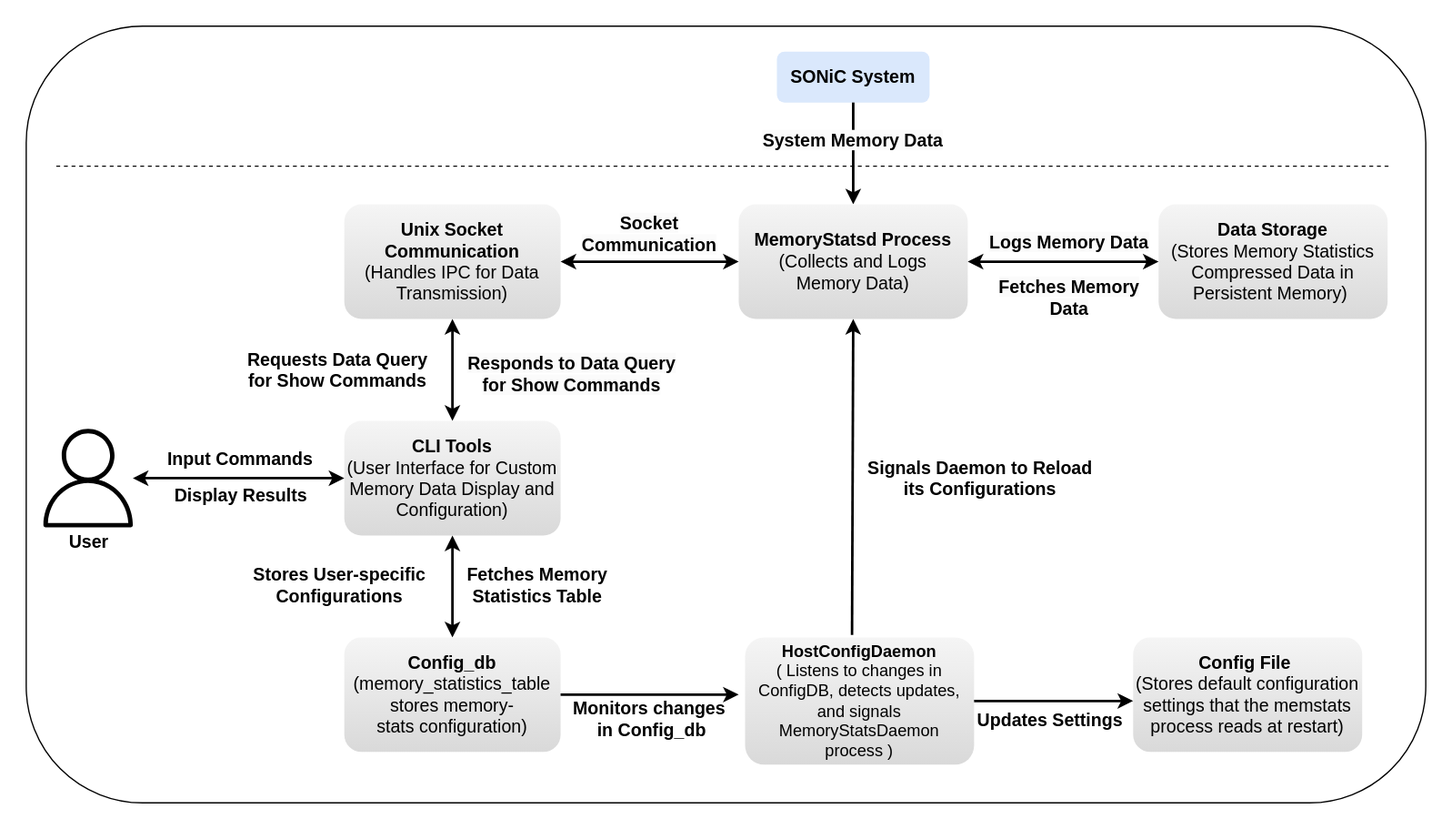
Earlier version of the draw.io export doc/memory_statistics/images/architecture_diagram.svg (sonic-net/SONiC). Source tidied: cells renumbered, new cells last; positions are measured from the earlier drawing's top-left corner, leaving out a move shared by most shapes.
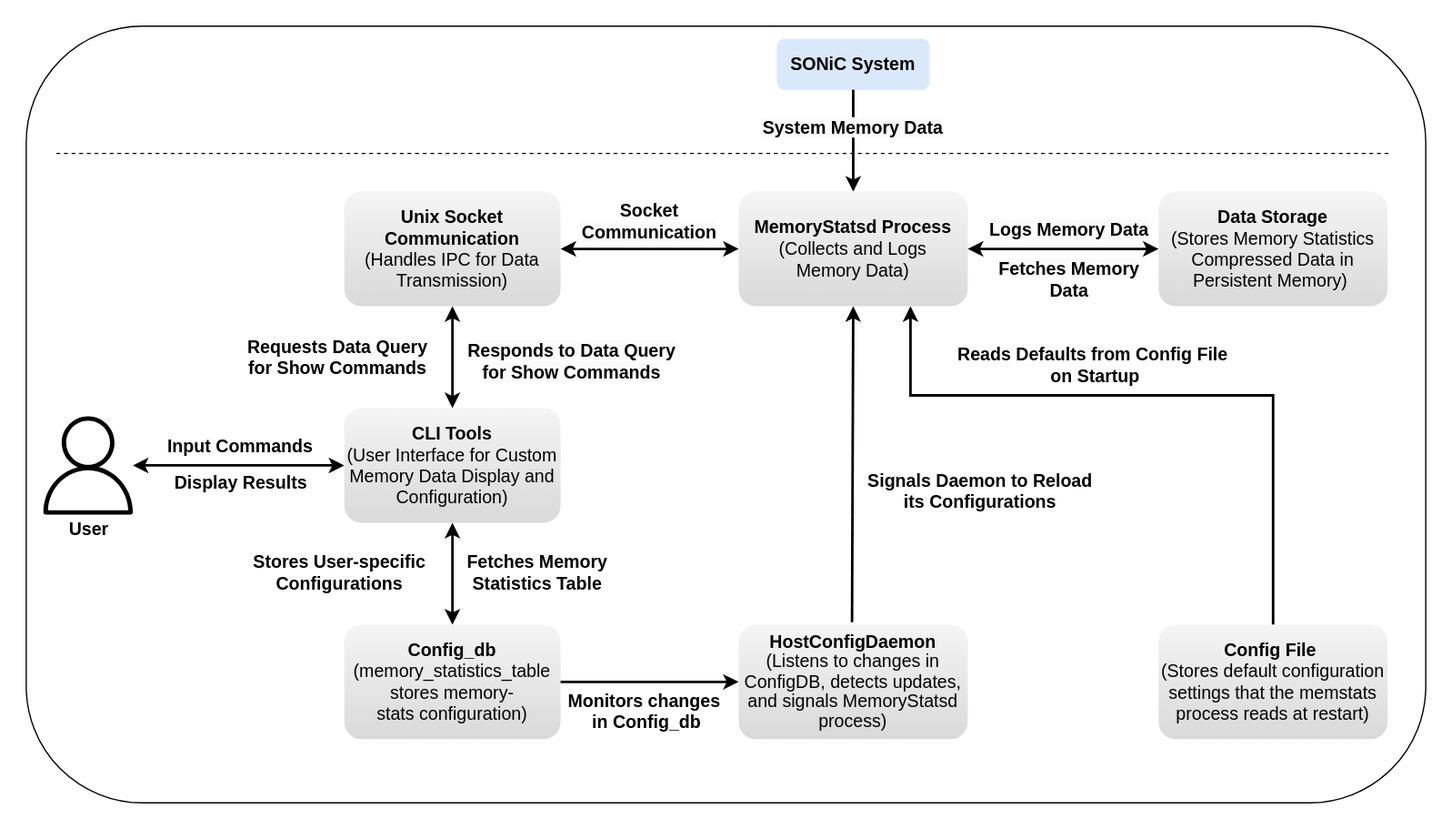
After the change.

Diff of the diagram source:
```diff
@@ -2,8 +2,8 @@
   <root>
     <mxCell id="0" />
     <mxCell id="1" parent="0" />
-    <mxCell id="2" style="rounded=1;whiteSpace=wrap;html=1;fontSize=14;" parent="1" vertex="1">
-      <mxGeometry width="1100" height="610" as="geometry" />
+    <mxCell id="2" style="rounded=1;whiteSpace=wrap;html=1;fontSize=14;fillColor=none;" parent="1" vertex="1">
+      <mxGeometry y="10" width="1100" height="610" as="geometry" />
     </mxCell>
     <mxCell id="3" value="&lt;b style=&quot;font-size: 14px;&quot;&gt;&lt;font style=&quot;font-size: 14px;&quot;&gt;SONiC System&lt;/font&gt;&lt;/b&gt;" style="html=1;align=center;verticalAlign=middle;whiteSpace=wrap;rounded=1;strokeWidth=2;fillColor=#dae8fc;strokeColor=none;fontSize=14;" parent="1" vertex="1">
       <mxGeometry x="590" y="20" width="120" height="40" as="geometry" />
@@ -44,12 +44,11 @@
     <mxCell id="15" value="&lt;div style=&quot;font-size: 14px;&quot;&gt;&lt;b style=&quot;font-size: 14px;&quot;&gt;Config_db&lt;/b&gt;&lt;/div&gt;&lt;div style=&quot;font-size: 14px;&quot;&gt;&lt;font style=&quot;font-size: 14px;&quot;&gt;(memory_statistics_table&lt;/font&gt;&lt;/div&gt;&lt;div style=&quot;font-size: 14px;&quot;&gt;&lt;font style=&quot;background-color: initial; font-size: 14px;&quot;&gt;s&lt;/font&gt;&lt;span style=&quot;background-color: initial; font-size: 14px;&quot;&gt;tores memory-stats&amp;nbsp;&lt;/span&gt;&lt;span style=&quot;background-color: initial; font-size: 14px;&quot;&gt;configuration&lt;/span&gt;&lt;span style=&quot;background-color: initial; font-size: 14px;&quot;&gt;)&lt;/span&gt;&lt;/div&gt;" style="rounded=1;whiteSpace=wrap;html=1;fillColor=#f5f5f5;align=center;gradientColor=#D9D9D9;strokeColor=none;strokeWidth=2;fontSize=14;" parent="1" vertex="1">
       <mxGeometry x="250" y="480" width="170" height="90" as="geometry" />
     </mxCell>
-    <mxCell id="16" style="endArrow=classic;html=1;rounded=0;exitX=0.467;exitY=-0.019;exitDx=0;exitDy=0;strokeWidth=2;entryX=0.5;entryY=1;entryDx=0;entryDy=0;fontSize=14;exitPerimeter=0;" parent="1" edge="1" source="17" target="5">
-      <mxGeometry relative="1" as="geometry" />
+    <mxCell id="16" style="endArrow=classic;html=1;rounded=0;exitX=0.467;exitY=-0.019;exitDx=0;exitDy=0;strokeWidth=2;entryX=0.5;entryY=1;entryDx=0;entryDy=0;fontSize=14;exitPerimeter=0;" parent="1" edge="1" target="5">
+      <mxGeometry relative="1" as="geometry">
+        <mxPoint x="649.1" y="478.1" as="sourcePoint" />
+      </mxGeometry>
     </mxCell>
-    <mxCell id="17" value="&lt;div style=&quot;line-height: 120%; font-size: 13px;&quot;&gt;&lt;b style=&quot;&quot;&gt;&lt;font style=&quot;font-size: 13px;&quot;&gt;HostConfigDaemon&lt;/font&gt;&lt;/b&gt;&lt;/div&gt;&lt;div style=&quot;line-height: 120%; font-size: 13px;&quot;&gt;&lt;font style=&quot;font-size: 13px;&quot;&gt;&lt;font style=&quot;font-size: 13px;&quot;&gt;(&lt;/font&gt; Listens to changes in ConfigDB, detects updates, and signals MemoryStatsDaemon process&amp;nbsp;&lt;span style=&quot;background-color: initial;&quot;&gt;)&lt;/span&gt;&lt;/font&gt;&lt;/div&gt;" style="rounded=1;whiteSpace=wrap;html=1;fillColor=#f5f5f5;align=center;gradientColor=#D9D9D9;strokeColor=none;strokeWidth=2;fontSize=14;" parent="1" vertex="1">
-      <mxGeometry x="565" y="480" width="180" height="100" as="geometry" />
-    </mxCell>
     <mxCell id="18" style="endArrow=classic;html=1;rounded=0;strokeWidth=2;startArrow=classic;entryX=0;entryY=0.5;entryDx=0;entryDy=0;fontSize=14;" parent="1" edge="1" source="9" target="8">
       <mxGeometry relative="1" as="geometry" />
     </mxCell>
@@ -72,10 +71,10 @@
       <mxGeometry x="343.7" y="420" width="116.3" height="38.7" as="geometry" />
     </mxCell>
     <mxCell id="24" value="Monitors changes&lt;div&gt;&amp;nbsp;in Config_db&lt;/div&gt;" style="text;html=1;align=center;verticalAlign=middle;whiteSpace=wrap;rounded=0;fontStyle=1;fontSize=14;" parent="1" vertex="1">
-      <mxGeometry x="380" y="530" width="220" height="28.7" as="geometry" />
+      <mxGeometry x="376" y="534" width="220" height="28.7" as="geometry" />
     </mxCell>
     <mxCell id="25" value="Signals Daemon to Reload its Configurations" style="text;html=1;align=center;verticalAlign=middle;whiteSpace=wrap;rounded=0;fontStyle=1;fontSize=14;horizontal=1;" parent="1" vertex="1">
-      <mxGeometry x="660" y="330" width="180" height="50" as="geometry" />
+      <mxGeometry x="660" y="350" width="180" height="50" as="geometry" />
     </mxCell>
     <mxCell id="26" value="Requests Data Query for Show Commands" style="text;html=1;align=center;verticalAlign=middle;whiteSpace=wrap;rounded=0;fontStyle=1;fontSize=14;" parent="1" vertex="1">
       <mxGeometry x="170" y="250.7" width="150" height="38.7" as="geometry" />
@@ -90,17 +89,17 @@
       <mxGeometry x="750" y="155" width="140" height="25" as="geometry" />
     </mxCell>
     <mxCell id="30" value="&lt;span style=&quot;color: rgb(0, 0, 0); font-family: Helvetica; font-size: 14px; font-style: normal; font-variant-ligatures: normal; font-variant-caps: normal; font-weight: 700; letter-spacing: normal; orphans: 2; text-indent: 0px; text-transform: none; widows: 2; word-spacing: 0px; -webkit-text-stroke-width: 0px; white-space: normal; background-color: rgb(251, 251, 251); text-decoration-thickness: initial; text-decoration-style: initial; text-decoration-color: initial; float: none; display: inline !important;&quot;&gt;Fetches Memory Data&lt;/span&gt;" style="text;whiteSpace=wrap;html=1;align=center;fontSize=14;" parent="1" vertex="1">
-      <mxGeometry x="750" y="190" width="140" height="25" as="geometry" />
+      <mxGeometry x="750" y="186" width="140" height="25" as="geometry" />
     </mxCell>
     <mxCell id="31" value="&lt;span style=&quot;color: rgb(0, 0, 0); font-family: Helvetica; font-size: 14px; font-style: normal; font-variant-ligatures: normal; font-variant-caps: normal; font-weight: 700; letter-spacing: normal; orphans: 2; text-indent: 0px; text-transform: none; widows: 2; word-spacing: 0px; -webkit-text-stroke-width: 0px; white-space: normal; background-color: rgb(251, 251, 251); text-decoration-thickness: initial; text-decoration-style: initial; text-decoration-color: initial; float: none; display: inline !important;&quot;&gt;System Memory Data&lt;/span&gt;" style="text;whiteSpace=wrap;html=1;align=center;fontSize=14;" parent="1" vertex="1">
       <mxGeometry x="565" y="75" width="170" height="20" as="geometry" />
     </mxCell>
-    <mxCell id="32" value="&lt;div style=&quot;font-size: 14px;&quot;&gt;&lt;b&gt;Config File&amp;nbsp;&lt;/b&gt;&lt;/div&gt;&lt;div style=&quot;font-size: 14px;&quot;&gt;(Stores default configuration settings that the memstats process reads at restart)&lt;/div&gt;" style="rounded=1;whiteSpace=wrap;html=1;fillColor=#f5f5f5;align=center;gradientColor=#D9D9D9;strokeColor=none;strokeWidth=2;fontSize=14;" parent="1" vertex="1">
-      <mxGeometry x="870" y="480" width="180" height="90" as="geometry" />
-    </mxCell>
-    <mxCell id="33" style="endArrow=classic;html=1;rounded=0;strokeWidth=2;fontSize=14;exitX=1;exitY=0.5;exitDx=0;exitDy=0;" parent="1" edge="1" source="17">
+    <mxCell id="33" style="endArrow=classic;html=1;rounded=0;strokeWidth=2;fontSize=14;entryX=0.75;entryY=1;entryDx=0;entryDy=0;exitX=0.5;exitY=0;exitDx=0;exitDy=0;" parent="1" edge="1" source="32" target="5">
       <mxGeometry relative="1" as="geometry">
-        <mxPoint x="870" y="530" as="targetPoint" />
+        <Array as="points">
+          <mxPoint x="980" y="300" />
+          <mxPoint x="695" y="300" />
+        </Array>
       </mxGeometry>
     </mxCell>
     <mxCell id="34" style="endArrow=classic;html=1;rounded=0;strokeWidth=2;fontSize=14;exitX=1;exitY=0.5;exitDx=0;exitDy=0;" parent="1" edge="1" source="15">
@@ -108,8 +107,14 @@
         <mxPoint x="560" y="525" as="targetPoint" />
       </mxGeometry>
     </mxCell>
-    <mxCell id="35" value="&lt;b&gt;Updates Settings&lt;/b&gt;" style="text;whiteSpace=wrap;html=1;align=center;fontSize=14;" parent="1" vertex="1">
-      <mxGeometry x="720" y="530" width="170" height="20" as="geometry" />
-    </mxCell>
+    <mxCell id="36" value="&lt;font style=&quot;font-size: 14px;&quot;&gt;&lt;b&gt;Reads Defaults from Config File&amp;nbsp;&lt;/b&gt;&lt;/font&gt;&lt;div&gt;&lt;font style=&quot;font-size: 14px;&quot;&gt;&lt;b&gt;on Startup&lt;/b&gt;&lt;/font&gt;&lt;/div&gt;" style="text;html=1;align=center;verticalAlign=middle;strokeColor=none;fillColor=none;" parent="1" vertex="1">
+      <mxGeometry x="720" y="250.7" width="240" height="50" as="geometry" />
+    </mxCell>
+    <mxCell id="37" value="&lt;div style=&quot;line-height: 15.6px;&quot;&gt;&lt;b style=&quot;&quot;&gt;&lt;font style=&quot;font-size: 14px;&quot;&gt;HostConfigDaemon&lt;/font&gt;&lt;/b&gt;&lt;/div&gt;&lt;div style=&quot;line-height: 15.6px;&quot;&gt;&lt;font style=&quot;font-size: 14px;&quot;&gt;(Listens to changes in ConfigDB, detects updates, and signals MemoryStatsd process&lt;span style=&quot;background-color: initial;&quot;&gt;)&lt;/span&gt;&lt;/font&gt;&lt;/div&gt;" style="rounded=1;whiteSpace=wrap;html=1;fillColor=#f5f5f5;gradientColor=#D9D9D9;strokeColor=none;strokeWidth=2;fontSize=14;" parent="1" vertex="1">
+      <mxGeometry x="560" y="480" width="180" height="90" as="geometry" />
+    </mxCell>
+    <mxCell id="32" value="&lt;div&gt;&lt;b&gt;Config File&amp;nbsp;&lt;/b&gt;&lt;/div&gt;&lt;div&gt;(Stores default configuration settings that the memstats process reads at restart)&lt;/div&gt;" style="rounded=1;whiteSpace=wrap;html=1;fillColor=#f5f5f5;gradientColor=#D9D9D9;strokeColor=none;strokeWidth=2;fontSize=14;" parent="1" vertex="1">
+      <mxGeometry x="890" y="480" width="180" height="90" as="geometry" />
+    </mxCell>
   </root>
 </mxGraphModel>
```
